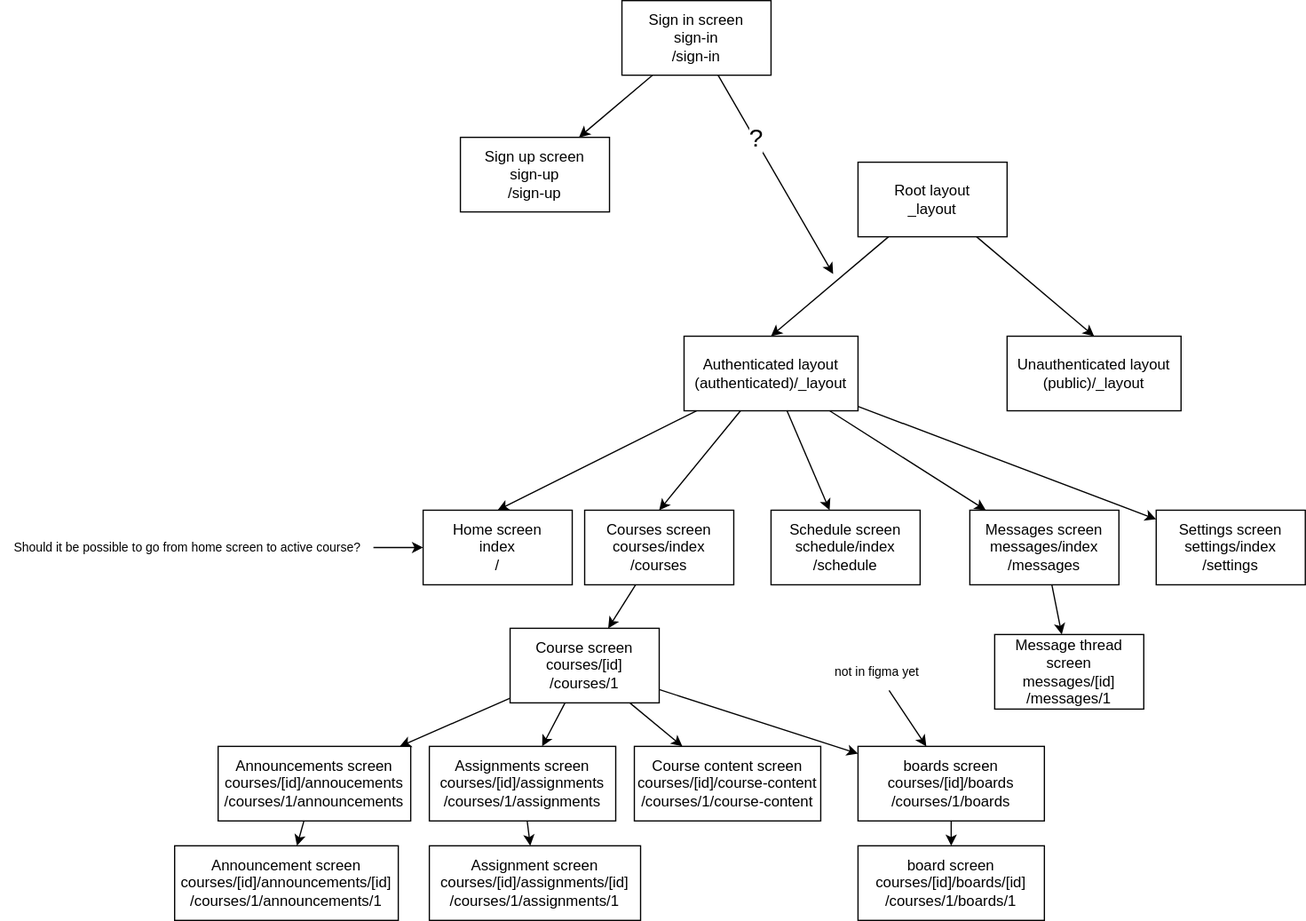
This is docs/diagrams/hierarchy.drawio.svg from thedatasnok/idata2503-project, a draw.io export, as it was before one commit. Source tidied: cells renumbered, new cells last; positions are measured from the earlier drawing's top-left corner, leaving out a move shared by most shapes.
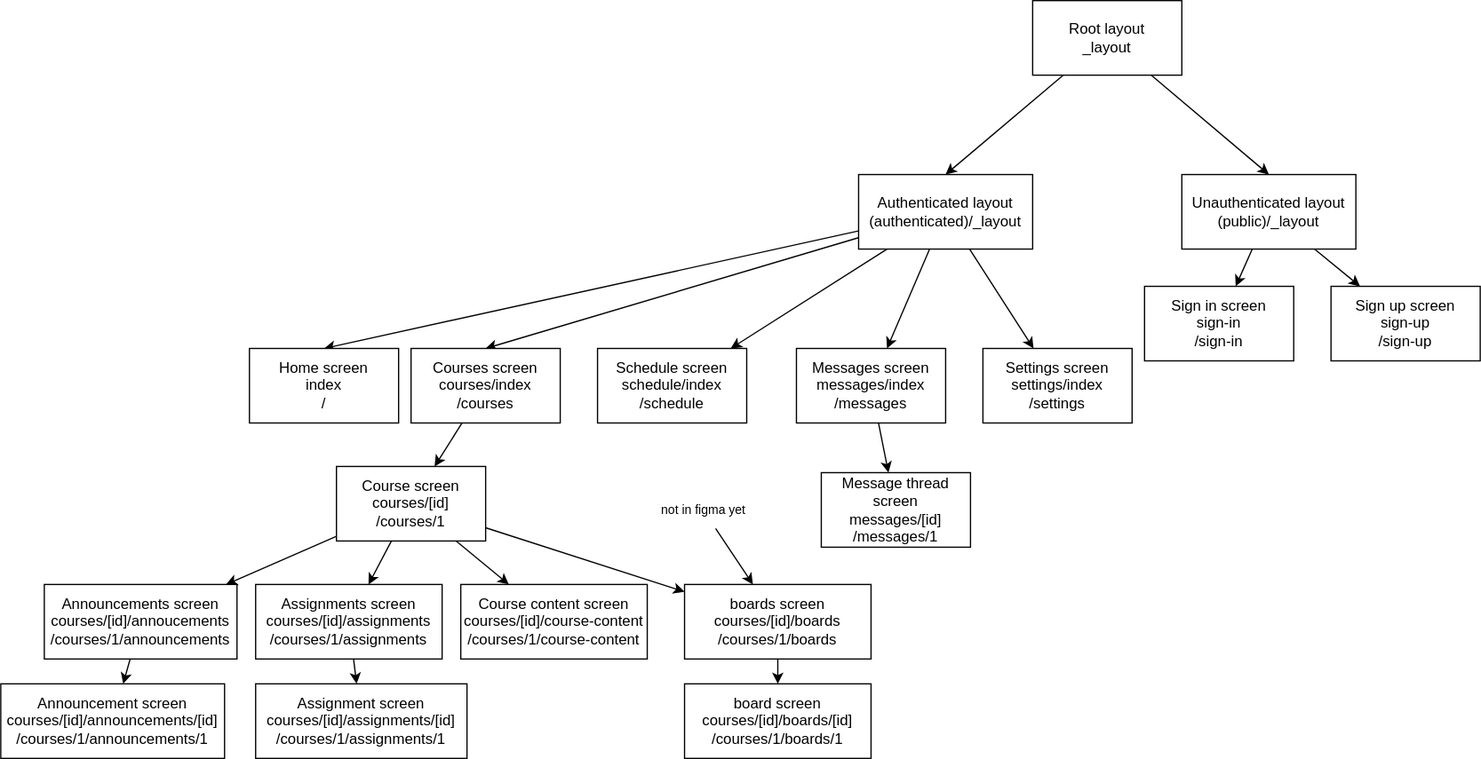
The same diagram one commit later.

Commit message:
docs: update hierarchy diagram

Diff of the diagram source:
```diff
@@ -9,7 +9,7 @@
       <mxGeometry relative="1" as="geometry" />
     </mxCell>
     <mxCell id="4" value="Root layout&lt;br&gt;_layout" style="rounded=0;whiteSpace=wrap;html=1;" parent="1" vertex="1">
-      <mxGeometry x="690" y="130" width="120" height="60" as="geometry" />
+      <mxGeometry x="970" y="130" width="120" height="60" as="geometry" />
     </mxCell>
     <mxCell id="5" style="edgeStyle=none;html=1;entryX=0.5;entryY=0;entryDx=0;entryDy=0;" parent="1" edge="1" source="10" target="14">
       <mxGeometry relative="1" as="geometry" />
@@ -27,10 +27,16 @@
       <mxGeometry relative="1" as="geometry" />
     </mxCell>
     <mxCell id="10" value="Authenticated layout&lt;br&gt;(authenticated)/_layout" style="rounded=0;whiteSpace=wrap;html=1;" parent="1" vertex="1">
-      <mxGeometry x="550" y="270" width="140" height="60" as="geometry" />
+      <mxGeometry x="830" y="270" width="140" height="60" as="geometry" />
     </mxCell>
+    <mxCell id="44" style="edgeStyle=none;html=1;" parent="1" edge="1" source="11" target="18">
+      <mxGeometry relative="1" as="geometry" />
+    </mxCell>
+    <mxCell id="45" style="edgeStyle=none;html=1;" parent="1" edge="1" source="11" target="28">
+      <mxGeometry relative="1" as="geometry" />
+    </mxCell>
     <mxCell id="11" value="Unauthenticated layout&lt;br&gt;(public)/_layout" style="rounded=0;whiteSpace=wrap;html=1;" parent="1" vertex="1">
-      <mxGeometry x="810" y="270" width="140" height="60" as="geometry" />
+      <mxGeometry x="1090" y="270" width="140" height="60" as="geometry" />
     </mxCell>
     <mxCell id="12" value="Home screen&lt;br&gt;index&lt;br&gt;/" style="rounded=0;whiteSpace=wrap;html=1;" parent="1" vertex="1">
       <mxGeometry x="340" y="410" width="120" height="60" as="geometry" />
@@ -41,19 +47,8 @@
     <mxCell id="14" value="Courses screen&lt;br&gt;courses/index&lt;br&gt;/courses" style="rounded=0;whiteSpace=wrap;html=1;" parent="1" vertex="1">
       <mxGeometry x="470" y="410" width="120" height="60" as="geometry" />
     </mxCell>
-    <mxCell id="15" style="edgeStyle=none;html=1;" parent="1" edge="1" source="18">
-      <mxGeometry relative="1" as="geometry">
-        <mxPoint x="670" y="220" as="targetPoint" />
-      </mxGeometry>
-    </mxCell>
-    <mxCell id="16" value="?" style="edgeLabel;html=1;align=center;verticalAlign=middle;fontSize=20;" parent="15" vertex="1">
-      <mxGeometry x="-0.37" y="1" relative="1" as="geometry" />
-    </mxCell>
-    <mxCell id="17" style="edgeStyle=none;html=1;" parent="1" edge="1" source="18" target="28">
-      <mxGeometry relative="1" as="geometry" />
-    </mxCell>
     <mxCell id="18" value="Sign in screen&lt;br&gt;sign-in&lt;br&gt;/sign-in" style="rounded=0;whiteSpace=wrap;html=1;" parent="1" vertex="1">
-      <mxGeometry x="500" width="120" height="60" as="geometry" />
+      <mxGeometry x="1060" y="360" width="120" height="60" as="geometry" />
     </mxCell>
     <mxCell id="19" style="edgeStyle=none;html=1;fontSize=10;" parent="1" edge="1" source="23" target="33">
       <mxGeometry relative="1" as="geometry" />
@@ -83,14 +78,8 @@
       <mxGeometry x="930" y="410" width="120" height="60" as="geometry" />
     </mxCell>
     <mxCell id="28" value="Sign up screen&lt;br&gt;sign-up&lt;br&gt;/sign-up" style="rounded=0;whiteSpace=wrap;html=1;" parent="1" vertex="1">
-      <mxGeometry x="370" y="110" width="120" height="60" as="geometry" />
+      <mxGeometry x="1210" y="360" width="120" height="60" as="geometry" />
     </mxCell>
-    <mxCell id="29" style="edgeStyle=none;html=1;fontSize=10;" parent="1" edge="1" source="30" target="12">
-      <mxGeometry relative="1" as="geometry" />
-    </mxCell>
-    <mxCell id="30" value="Should it be possible to go from home screen to active course?" style="text;html=1;align=center;verticalAlign=middle;points=[];strokeColor=none;fillColor=none;fontSize=10;flipH=1;flipV=1;" parent="1" vertex="1">
-      <mxGeometry y="425" width="300" height="30" as="geometry" />
-    </mxCell>
     <mxCell id="31" value="Message thread screen&lt;br&gt;messages/[id]&lt;br&gt;/messages/1" style="rounded=0;whiteSpace=wrap;html=1;" parent="1" vertex="1">
       <mxGeometry x="800" y="510" width="120" height="60" as="geometry" />
     </mxCell>
```
